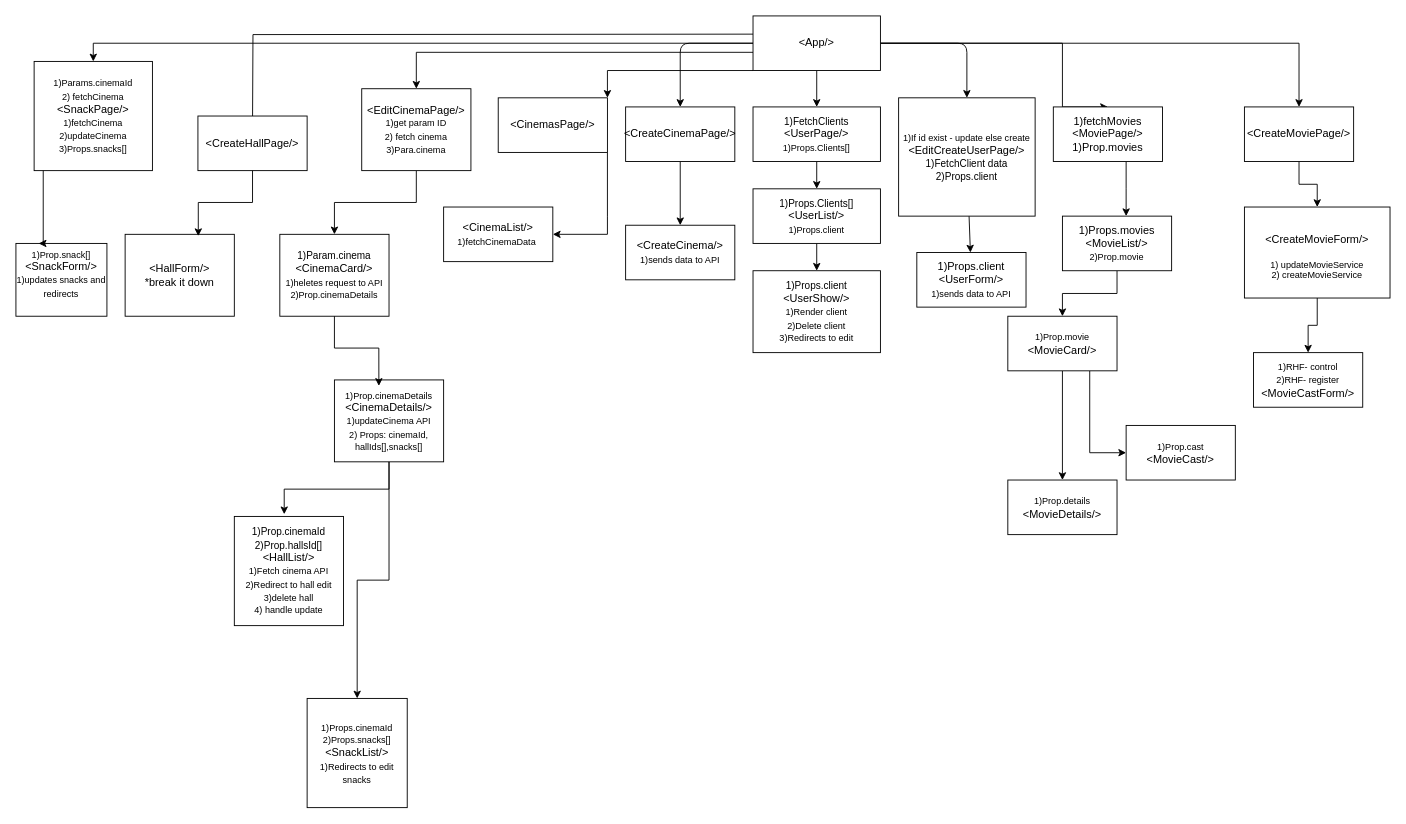
This is admin-client/docs/diagrams/Fe-Admin.drawio from lubomirpamukov/CinemaManagmentApp, a draw.io file, before an edit. Source tidied: cells renumbered, new cells numbered last; positions are measured from the earlier drawing's top-left corner, leaving out a move shared by most shapes. Both pictures are drawn from the tidied source at 91%, with x=0, y=0 at pixel (15, 15).
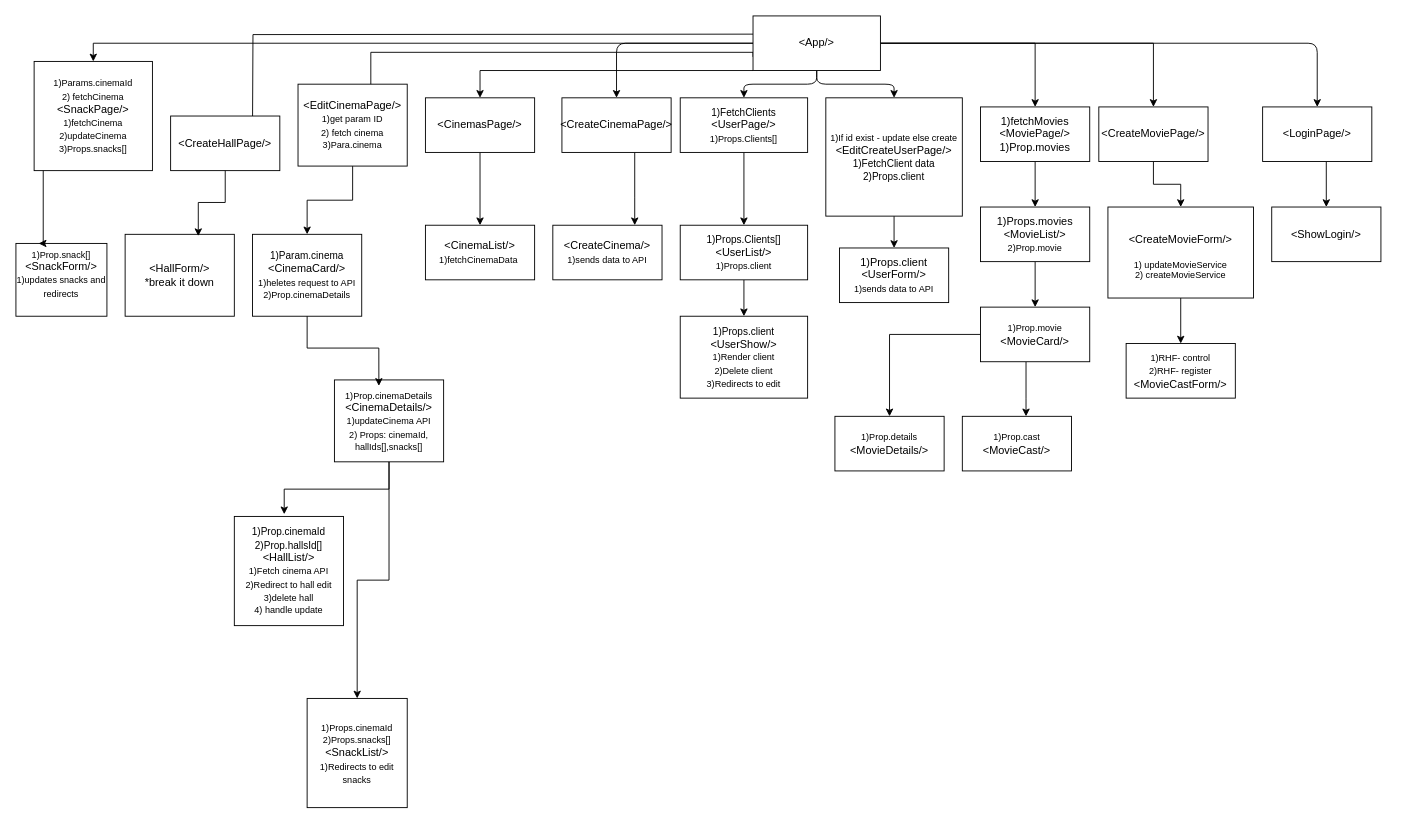
The same page after the edit.

Unchanged cells that the change refers to:
```xml
<mxCell id="11" value="&amp;lt;App/&amp;gt;" style="rounded=0;whiteSpace=wrap;html=1;strokeColor=default;fontFamily=Helvetica;" parent="1" vertex="1">
  <mxGeometry x="810" width="140" height="60" as="geometry" />
</mxCell>
```

Diff of the diagram source:
```diff
@@
-    <mxCell id="4" style="edgeStyle=orthogonalEdgeStyle;rounded=0;jettySize=auto;html=1;" parent="1" edge="1" source="11" target="15">
+    <mxCell id="4" style="edgeStyle=orthogonalEdgeStyle;rounded=0;jettySize=auto;html=1;exitX=0;exitY=0.75;exitDx=0;exitDy=0;" parent="1" edge="1" source="11">
       <mxGeometry relative="1" as="geometry">
+        <mxPoint x="380" y="120" as="targetPoint" />
         <Array as="points">
-          <mxPoint x="440" y="40" />
+          <mxPoint x="810" y="40" />
+          <mxPoint x="390" y="40" />
+          <mxPoint x="390" y="120" />
         </Array>
       </mxGeometry>
     </mxCell>
@@
     <mxCell id="7" style="edgeStyle=orthogonalEdgeStyle;rounded=0;jettySize=auto;html=1;entryX=0.5;entryY=0;entryDx=0;entryDy=0;" parent="1" edge="1" source="11" target="23">
       <mxGeometry relative="1" as="geometry">
         <Array as="points">
-          <mxPoint x="1150" y="30" />
+          <mxPoint x="1120" y="30" />
         </Array>
       </mxGeometry>
     </mxCell>
@@
+    <mxCell id="55" style="edgeStyle=none;html=1;entryX=0.5;entryY=0;entryDx=0;entryDy=0;" parent="1" edge="1" source="11" target="57">
+      <mxGeometry relative="1" as="geometry">
+        <Array as="points">
+          <mxPoint x="1430" y="30" />
+        </Array>
+      </mxGeometry>
+    </mxCell>
@@
     <mxCell id="13" value="&amp;lt;CreateHallPage/&amp;gt;" style="rounded=0;whiteSpace=wrap;html=1;strokeColor=default;fontFamily=Helvetica;" parent="1" vertex="1">
-      <mxGeometry x="200" y="110" width="120" height="60" as="geometry" />
+      <mxGeometry x="170" y="110" width="120" height="60" as="geometry" />
     </mxCell>
@@
     <mxCell id="15" value="&amp;lt;EditCinemaPage/&amp;gt;&lt;div&gt;&lt;font size=&quot;1&quot;&gt;1)get param ID&lt;/font&gt;&lt;/div&gt;&lt;div&gt;&lt;font size=&quot;1&quot;&gt;2) fetch cinema&lt;/font&gt;&lt;/div&gt;&lt;div&gt;&lt;font size=&quot;1&quot;&gt;3)Para.cinema&lt;/font&gt;&lt;/div&gt;" style="rounded=0;whiteSpace=wrap;html=1;strokeColor=default;fontFamily=Helvetica;" parent="1" vertex="1">
-      <mxGeometry x="380" y="80" width="120" height="90" as="geometry" />
+      <mxGeometry x="310" y="75" width="120" height="90" as="geometry" />
     </mxCell>
@@
     <mxCell id="17" value="&amp;lt;CreateMoviePage/&amp;gt;" style="rounded=0;whiteSpace=wrap;html=1;strokeColor=default;fontFamily=Helvetica;" parent="1" vertex="1">
-      <mxGeometry x="1350" y="100" width="120" height="60" as="geometry" />
+      <mxGeometry x="1190" y="100" width="120" height="60" as="geometry" />
     </mxCell>
-    <mxCell id="18" style="edgeStyle=orthogonalEdgeStyle;rounded=0;jettySize=auto;html=1;" parent="1" edge="1" source="19" target="33">
-      <mxGeometry relative="1" as="geometry">
-        <Array as="points">
-          <mxPoint x="650" y="220" />
-          <mxPoint x="650" y="220" />
-        </Array>
-      </mxGeometry>
+    <mxCell id="18" style="edgeStyle=none;html=1;" parent="1" edge="1" source="19" target="33">
+      <mxGeometry relative="1" as="geometry" />
     </mxCell>
     <mxCell id="19" value="&amp;lt;CinemasPage/&amp;gt;" style="rounded=0;whiteSpace=wrap;html=1;strokeColor=default;fontFamily=Helvetica;" parent="1" vertex="1">
-      <mxGeometry x="530" y="90" width="120" height="60" as="geometry" />
+      <mxGeometry x="450" y="90" width="120" height="60" as="geometry" />
     </mxCell>
     <mxCell id="20" style="edgeStyle=orthogonalEdgeStyle;rounded=0;jettySize=auto;html=1;" parent="1" edge="1" source="21" target="34">
       <mxGeometry relative="1" as="geometry">
         <Array as="points">
-          <mxPoint x="770" y="120" />
+          <mxPoint x="680" y="200" />
+          <mxPoint x="680" y="200" />
         </Array>
       </mxGeometry>
     </mxCell>
     <mxCell id="21" value="&amp;lt;CreateCinemaPage/&amp;gt;" style="rounded=0;whiteSpace=wrap;html=1;strokeColor=default;fontFamily=Helvetica;" parent="1" vertex="1">
-      <mxGeometry x="670" y="100" width="120" height="60" as="geometry" />
+      <mxGeometry x="600" y="90" width="120" height="60" as="geometry" />
     </mxCell>
-    <mxCell id="22" style="edgeStyle=orthogonalEdgeStyle;rounded=0;jettySize=auto;html=1;" parent="1" edge="1" source="23" target="36">
-      <mxGeometry relative="1" as="geometry">
-        <Array as="points">
-          <mxPoint x="1220" y="190" />
-          <mxPoint x="1220" y="190" />
-        </Array>
-      </mxGeometry>
+    <mxCell id="22" style="edgeStyle=none;html=1;" parent="1" edge="1" source="23" target="36">
+      <mxGeometry relative="1" as="geometry" />
     </mxCell>
     <mxCell id="23" value="&lt;div&gt;1)fetchMovies&lt;/div&gt;&amp;lt;MoviePage/&amp;gt;&lt;div&gt;1)Prop.movies&lt;/div&gt;" style="rounded=0;whiteSpace=wrap;html=1;strokeColor=default;fontFamily=Helvetica;" parent="1" vertex="1">
-      <mxGeometry x="1140" y="100" width="120" height="60" as="geometry" />
+      <mxGeometry x="1060" y="100" width="120" height="60" as="geometry" />
     </mxCell>
@@
     <mxCell id="28" value="&lt;div&gt;&lt;font style=&quot;font-size: 11px;&quot;&gt;1)Param.cinema&lt;/font&gt;&lt;/div&gt;&amp;lt;CinemaCard/&amp;gt;&lt;div&gt;&lt;font size=&quot;1&quot;&gt;1)heletes request to API&lt;/font&gt;&lt;/div&gt;&lt;div&gt;&lt;font size=&quot;1&quot;&gt;2)Prop.cinemaDetails&lt;/font&gt;&lt;/div&gt;" style="rounded=0;whiteSpace=wrap;html=1;strokeColor=default;fontFamily=Helvetica;" parent="1" vertex="1">
-      <mxGeometry x="290" y="240" width="120" height="90" as="geometry" />
+      <mxGeometry x="260" y="240" width="120" height="90" as="geometry" />
     </mxCell>
@@
     <mxCell id="33" value="&amp;lt;CinemaList/&amp;gt;&lt;div&gt;&lt;font size=&quot;1&quot;&gt;1)fetchCinemaData&amp;nbsp;&lt;/font&gt;&lt;/div&gt;" style="rounded=0;whiteSpace=wrap;html=1;strokeColor=default;fontFamily=Helvetica;" parent="1" vertex="1">
-      <mxGeometry x="470" y="210" width="120" height="60" as="geometry" />
+      <mxGeometry x="450" y="230" width="120" height="60" as="geometry" />
     </mxCell>
     <mxCell id="34" value="&amp;lt;CreateCinema/&amp;gt;&lt;div&gt;&lt;font size=&quot;1&quot;&gt;1)sends data to API&lt;/font&gt;&lt;/div&gt;" style="rounded=0;whiteSpace=wrap;html=1;strokeColor=default;fontFamily=Helvetica;" parent="1" vertex="1">
-      <mxGeometry x="670" y="230" width="120" height="60" as="geometry" />
+      <mxGeometry x="590" y="230" width="120" height="60" as="geometry" />
     </mxCell>
@@
     <mxCell id="36" value="&lt;div&gt;1)Props.movies&lt;/div&gt;&amp;lt;MovieList/&amp;gt;&lt;div&gt;&lt;font size=&quot;1&quot;&gt;2)Prop.movie&lt;/font&gt;&lt;/div&gt;" style="rounded=0;whiteSpace=wrap;html=1;strokeColor=default;fontFamily=Helvetica;" parent="1" vertex="1">
-      <mxGeometry x="1150" y="220" width="120" height="60" as="geometry" />
+      <mxGeometry x="1060" y="210" width="120" height="60" as="geometry" />
     </mxCell>
     <mxCell id="37" value="&lt;div&gt;&lt;font size=&quot;1&quot;&gt;1)Prop.details&lt;/font&gt;&lt;/div&gt;&amp;lt;MovieDetails/&amp;gt;" style="rounded=0;whiteSpace=wrap;html=1;strokeColor=default;fontFamily=Helvetica;" parent="1" vertex="1">
-      <mxGeometry x="1090" y="510" width="120" height="60" as="geometry" />
+      <mxGeometry x="900" y="440" width="120" height="60" as="geometry" />
     </mxCell>
     <mxCell id="38" value="&lt;div&gt;&lt;font size=&quot;1&quot;&gt;1)Prop.cast&lt;/font&gt;&lt;/div&gt;&amp;lt;MovieCast/&amp;gt;" style="rounded=0;whiteSpace=wrap;html=1;strokeColor=default;fontFamily=Helvetica;" parent="1" vertex="1">
-      <mxGeometry x="1220" y="450" width="120" height="60" as="geometry" />
+      <mxGeometry x="1040" y="440" width="120" height="60" as="geometry" />
     </mxCell>
@@
     <mxCell id="40" value="&lt;div&gt;&lt;font style=&quot;font-size: 12px;&quot;&gt;&lt;br&gt;&lt;/font&gt;&lt;/div&gt;&lt;font style=&quot;font-size: 12px;&quot;&gt;&amp;lt;CreateMovieForm/&amp;gt;&lt;/font&gt;&lt;div&gt;&lt;span style=&quot;font-size: 12px;&quot;&gt;&lt;br&gt;&lt;/span&gt;&lt;div&gt;&lt;font size=&quot;1&quot;&gt;1) updateMovieService&lt;/font&gt;&lt;/div&gt;&lt;div&gt;&lt;font size=&quot;1&quot;&gt;2) createMovieService&lt;br&gt;&lt;/font&gt;&lt;div&gt;&lt;br&gt;&lt;/div&gt;&lt;/div&gt;&lt;/div&gt;" style="rounded=0;whiteSpace=wrap;html=1;strokeColor=default;fontFamily=Helvetica;fontSize=4;" parent="1" vertex="1">
-      <mxGeometry x="1350" y="210" width="160" height="100" as="geometry" />
+      <mxGeometry x="1200" y="210" width="160" height="100" as="geometry" />
     </mxCell>
     <mxCell id="41" value="&lt;div&gt;&lt;font style=&quot;font-size: 10px;&quot;&gt;1)RHF- control&lt;/font&gt;&lt;/div&gt;&lt;div&gt;&lt;font style=&quot;font-size: 10px;&quot;&gt;2)RHF- register&lt;/font&gt;&lt;/div&gt;&amp;lt;MovieCastForm/&amp;gt;" style="rounded=0;whiteSpace=wrap;html=1;strokeColor=default;fontFamily=Helvetica;" parent="1" vertex="1">
-      <mxGeometry x="1360" y="370" width="120" height="60" as="geometry" />
+      <mxGeometry x="1220" y="360" width="120" height="60" as="geometry" />
     </mxCell>
     <mxCell id="42" style="edgeStyle=orthogonalEdgeStyle;rounded=0;jettySize=auto;html=1;" parent="1" edge="1" source="44" target="38">
       <mxGeometry relative="1" as="geometry">
         <Array as="points">
-          <mxPoint x="1180" y="410" />
-          <mxPoint x="1180" y="410" />
+          <mxPoint x="1110" y="420" />
+          <mxPoint x="1110" y="420" />
         </Array>
       </mxGeometry>
     </mxCell>
@@
     <mxCell id="44" value="&lt;div&gt;&lt;font size=&quot;1&quot;&gt;1)Prop.movie&lt;/font&gt;&lt;/div&gt;&amp;lt;MovieCard/&amp;gt;" style="rounded=0;whiteSpace=wrap;html=1;strokeColor=default;fontFamily=Helvetica;" parent="1" vertex="1">
-      <mxGeometry x="1090" y="330" width="120" height="60" as="geometry" />
+      <mxGeometry x="1060" y="320" width="120" height="60" as="geometry" />
     </mxCell>
@@
     <mxCell id="48" value="&lt;div&gt;&lt;font style=&quot;font-size: 11px;&quot;&gt;1)FetchClients&lt;/font&gt;&lt;/div&gt;&amp;lt;UserPage/&amp;gt;&lt;div&gt;&lt;font size=&quot;1&quot;&gt;1)Props.Clients[]&lt;/font&gt;&lt;/div&gt;" style="rounded=0;whiteSpace=wrap;html=1;strokeColor=default;fontFamily=Helvetica;" parent="1" vertex="1">
-      <mxGeometry x="810" y="100" width="140" height="60" as="geometry" />
+      <mxGeometry x="730" y="90" width="140" height="60" as="geometry" />
     </mxCell>
@@
     <mxCell id="50" value="&lt;div&gt;&lt;font style=&quot;font-size: 11px;&quot;&gt;1)Props.Clients[]&lt;/font&gt;&lt;/div&gt;&amp;lt;UserList/&amp;gt;&lt;div&gt;&lt;font size=&quot;1&quot;&gt;1)Props.client&lt;/font&gt;&lt;/div&gt;" style="rounded=0;whiteSpace=wrap;html=1;strokeColor=default;fontFamily=Helvetica;" parent="1" vertex="1">
-      <mxGeometry x="810" y="190" width="140" height="60" as="geometry" />
+      <mxGeometry x="730" y="230" width="140" height="60" as="geometry" />
     </mxCell>
     <mxCell id="51" value="&lt;div&gt;&lt;font style=&quot;font-size: 11px;&quot;&gt;1)Props.client&lt;/font&gt;&lt;/div&gt;&amp;lt;UserShow/&amp;gt;&lt;div&gt;&lt;font size=&quot;1&quot;&gt;1)Render client&lt;/font&gt;&lt;/div&gt;&lt;div&gt;&lt;font size=&quot;1&quot;&gt;2)Delete client&lt;/font&gt;&lt;/div&gt;&lt;div&gt;&lt;font size=&quot;1&quot;&gt;3)Redirects to edit&lt;/font&gt;&lt;/div&gt;" style="rounded=0;whiteSpace=wrap;html=1;strokeColor=default;fontFamily=Helvetica;" parent="1" vertex="1">
-      <mxGeometry x="810" y="280" width="140" height="90" as="geometry" />
+      <mxGeometry x="730" y="330" width="140" height="90" as="geometry" />
     </mxCell>
@@
     <mxCell id="53" value="&lt;div&gt;&lt;br&gt;&lt;/div&gt;&lt;div&gt;&lt;font size=&quot;1&quot;&gt;1)If id exist - update else create&lt;/font&gt;&lt;/div&gt;&amp;lt;EditCreateUserPage/&amp;gt;&lt;div&gt;&lt;font style=&quot;font-size: 11px;&quot;&gt;1)FetchClient data&lt;/font&gt;&lt;/div&gt;&lt;div&gt;&lt;font style=&quot;font-size: 11px;&quot;&gt;2)Props.client&lt;/font&gt;&lt;/div&gt;&lt;div&gt;&lt;br&gt;&lt;/div&gt;" style="rounded=0;whiteSpace=wrap;html=1;strokeColor=default;fontFamily=Helvetica;" parent="1" vertex="1">
-      <mxGeometry x="970" y="90" width="150" height="130" as="geometry" />
+      <mxGeometry x="890" y="90" width="150" height="130" as="geometry" />
     </mxCell>
     <mxCell id="54" value="&lt;div&gt;1)Props.client&lt;/div&gt;&amp;lt;UserForm/&amp;gt;&lt;div&gt;&lt;font size=&quot;1&quot;&gt;1)sends data to API&lt;/font&gt;&lt;/div&gt;" style="rounded=0;whiteSpace=wrap;html=1;strokeColor=default;fontFamily=Helvetica;" parent="1" vertex="1">
-      <mxGeometry x="990" y="260" width="120" height="60" as="geometry" />
+      <mxGeometry x="905" y="255" width="120" height="60" as="geometry" />
     </mxCell>
+    <mxCell id="56" style="edgeStyle=none;html=1;exitX=0.583;exitY=1;exitDx=0;exitDy=0;exitPerimeter=0;" parent="1" edge="1" source="57" target="58">
+      <mxGeometry relative="1" as="geometry" />
+    </mxCell>
+    <mxCell id="57" value="&amp;lt;LoginPage/&amp;gt;" style="rounded=0;whiteSpace=wrap;html=1;strokeColor=default;fontFamily=Helvetica;" parent="1" vertex="1">
+      <mxGeometry x="1370" y="100" width="120" height="60" as="geometry" />
+    </mxCell>
+    <mxCell id="58" value="&amp;lt;ShowLogin/&amp;gt;" style="rounded=0;whiteSpace=wrap;html=1;strokeColor=default;fontFamily=Helvetica;" parent="1" vertex="1">
+      <mxGeometry x="1380" y="210" width="120" height="60" as="geometry" />
+    </mxCell>
```
